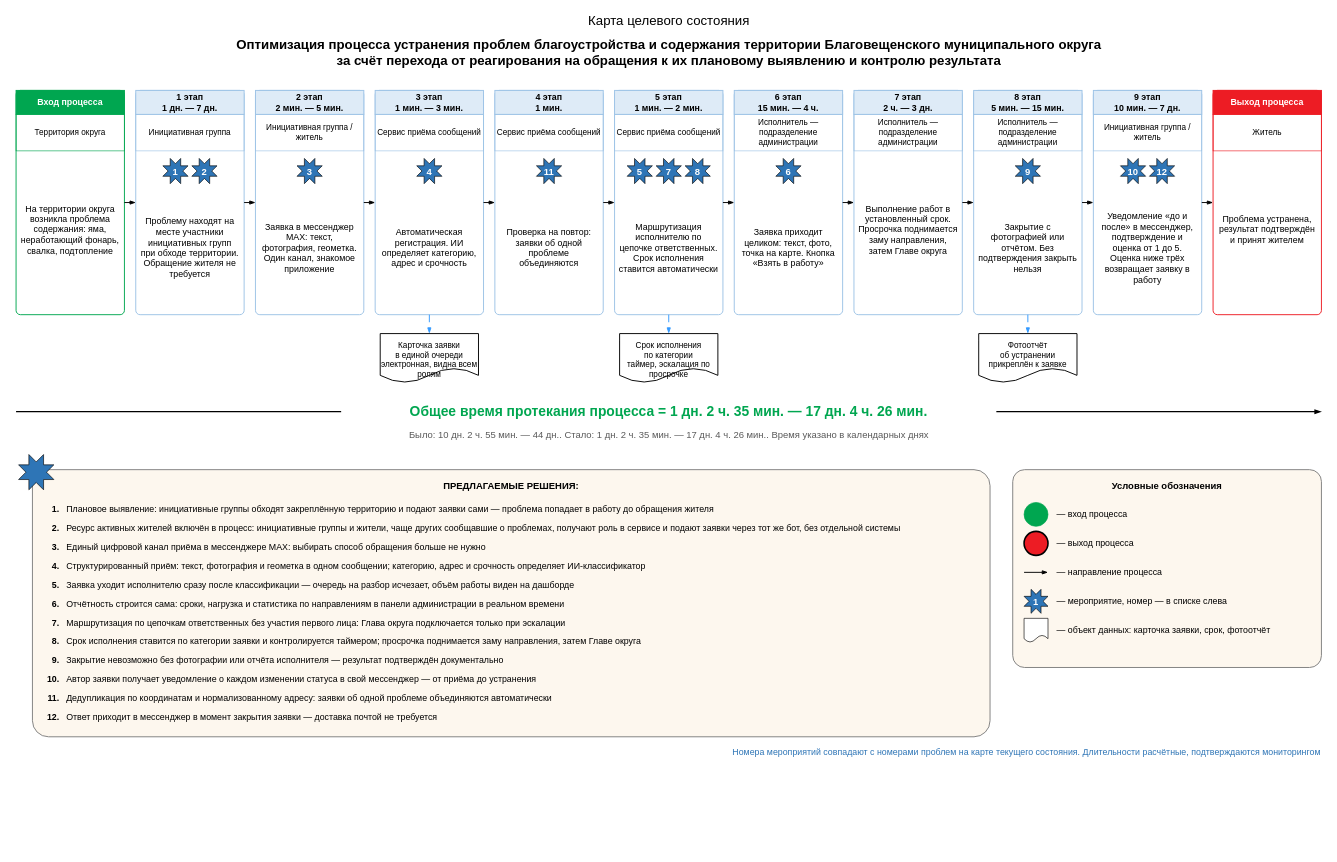
The draw.io diagram файлы/karta-celevogo.drawio in NiceGenn/Team-28-progress, before the edit. Source tidied: cells renumbered, new cells numbered last; positions are measured from the earlier drawing's top-left corner, leaving out a move shared by most shapes. Both pictures are drawn from the tidied source at 63%, with x=0, y=0 at pixel (16, 11).
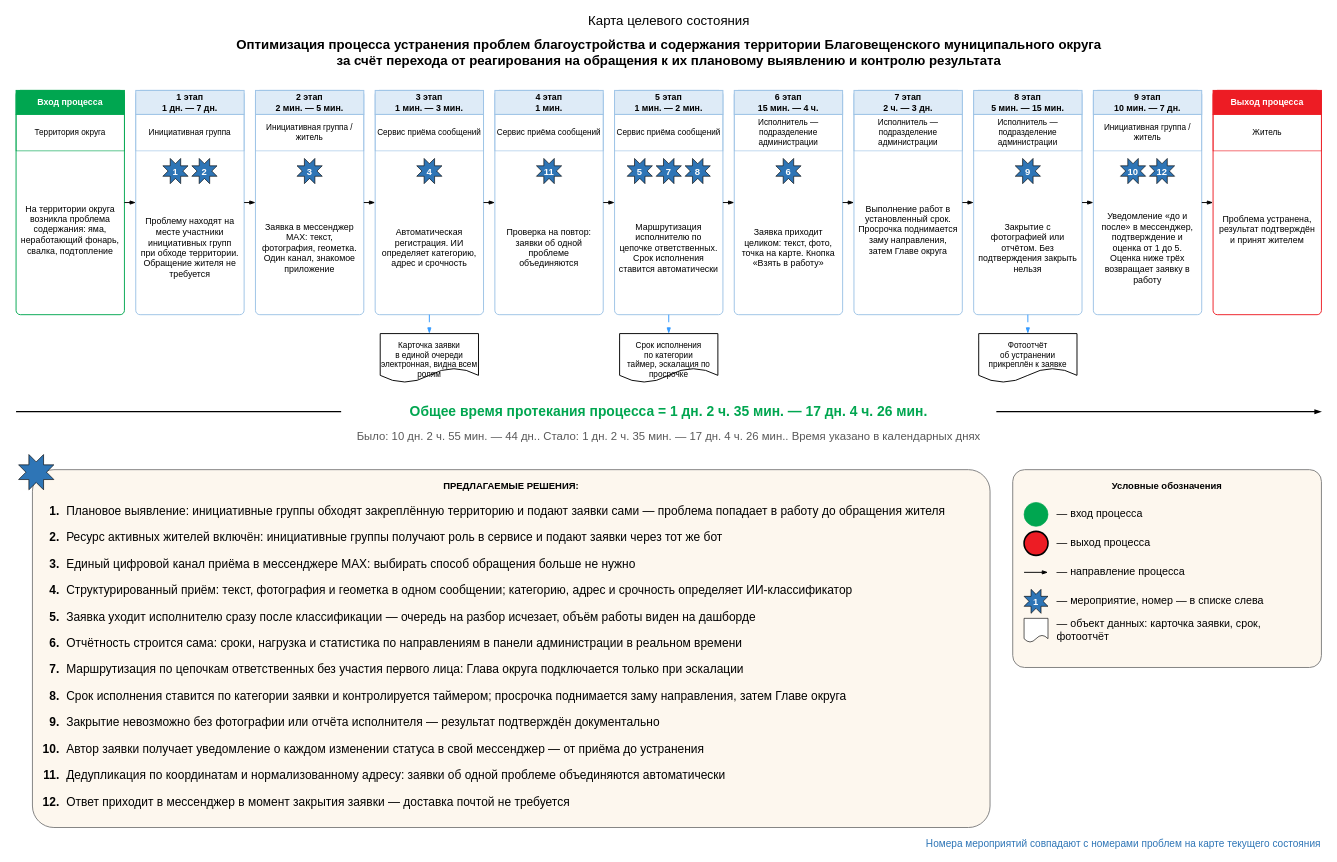
After the change.

The change refers to these unchanged cells:
```xml
<mxCell id="105" value="Условные обозначения" style="rounded=1;arcSize=6;whiteSpace=wrap;html=1;fillColor=#FDF7EE;strokeColor=#7F7F7F;strokeWidth=1.5;verticalAlign=top;align=center;fontSize=15;fontStyle=1;spacing=12;" parent="1" vertex="1">
  <mxGeometry x="1582" y="728" width="490" height="314" as="geometry" />
</mxCell>
```

Change to the diagram source:
```diff
@@
-    <mxCell id="78" value="Было: 10 дн. 2 ч. 55 мин. — 44 дн..   Стало: 1 дн. 2 ч. 35 мин. — 17 дн. 4 ч. 26 мин..   Время указано в календарных днях" style="text;html=1;align=center;verticalAlign=middle;fontSize=15;fontColor=#595959;" parent="1" vertex="1">
-      <mxGeometry x="476" y="660" width="1120" height="26" as="geometry" />
+    <mxCell id="78" value="Было: 10 дн. 2 ч. 55 мин. — 44 дн..   Стало: 1 дн. 2 ч. 35 мин. — 17 дн. 4 ч. 26 мин..   Время указано в календарных днях" style="text;html=1;align=center;verticalAlign=middle;whiteSpace=wrap;fontSize=18;fontColor=#595959;" parent="1" vertex="1">
+      <mxGeometry x="436" y="660" width="1200" height="30" as="geometry" />
     </mxCell>
     <mxCell id="79" value="ПРЕДЛАГАЕМЫЕ РЕШЕНИЯ:" style="rounded=1;arcSize=6;whiteSpace=wrap;html=1;fillColor=#FDF7EE;strokeColor=#7F7F7F;strokeWidth=1.5;verticalAlign=top;align=center;fontSize=15;fontStyle=1;spacing=12;" parent="1" vertex="1">
-      <mxGeometry x="26" y="728" width="1520" height="424" as="geometry" />
+      <mxGeometry x="26" y="728" width="1520" height="568" as="geometry" />
     </mxCell>
-    <mxCell id="80" value="1." style="text;html=1;align=right;verticalAlign=middle;fontSize=14;fontStyle=1;" parent="79" vertex="1">
-      <mxGeometry x="14" y="48" width="30" height="30" as="geometry" />
+    <mxCell id="80" value="1." style="text;html=1;align=right;verticalAlign=top;fontSize=19;fontStyle=1;" parent="79" vertex="1">
+      <mxGeometry x="10" y="48" width="34" height="42" as="geometry" />
     </mxCell>
-    <mxCell id="81" value="Плановое выявление: инициативные группы обходят закреплённую территорию и подают заявки сами — проблема попадает в работу до обращения жителя" style="text;html=1;align=left;verticalAlign=middle;fontSize=14;" parent="79" vertex="1">
-      <mxGeometry x="52" y="48" width="1450" height="30" as="geometry" />
+    <mxCell id="81" value="Плановое выявление: инициативные группы обходят закреплённую территорию и подают заявки сами — проблема попадает в работу до обращения жителя" style="text;html=1;align=left;verticalAlign=top;whiteSpace=wrap;fontSize=19;" parent="79" vertex="1">
+      <mxGeometry x="52" y="48" width="1450" height="42" as="geometry" />
     </mxCell>
-    <mxCell id="82" value="2." style="text;html=1;align=right;verticalAlign=middle;fontSize=14;fontStyle=1;" parent="79" vertex="1">
-      <mxGeometry x="14" y="78" width="30" height="30" as="geometry" />
+    <mxCell id="82" value="2." style="text;html=1;align=right;verticalAlign=top;fontSize=19;fontStyle=1;" parent="79" vertex="1">
+      <mxGeometry x="10" y="90" width="34" height="42" as="geometry" />
     </mxCell>
-    <mxCell id="83" value="Ресурс активных жителей включён в процесс: инициативные группы и жители, чаще других сообщавшие о проблемах, получают роль в сервисе и подают заявки через тот же бот, без отдельной системы" style="text;html=1;align=left;verticalAlign=middle;fontSize=14;" parent="79" vertex="1">
-      <mxGeometry x="52" y="78" width="1450" height="30" as="geometry" />
+    <mxCell id="83" value="Ресурс активных жителей включён: инициативные группы получают роль в сервисе и подают заявки через тот же бот" style="text;html=1;align=left;verticalAlign=top;whiteSpace=wrap;fontSize=19;" parent="79" vertex="1">
+      <mxGeometry x="52" y="90" width="1450" height="42" as="geometry" />
     </mxCell>
-    <mxCell id="84" value="3." style="text;html=1;align=right;verticalAlign=middle;fontSize=14;fontStyle=1;" parent="79" vertex="1">
-      <mxGeometry x="14" y="108" width="30" height="30" as="geometry" />
+    <mxCell id="84" value="3." style="text;html=1;align=right;verticalAlign=top;fontSize=19;fontStyle=1;" parent="79" vertex="1">
+      <mxGeometry x="10" y="132" width="34" height="42" as="geometry" />
     </mxCell>
-    <mxCell id="85" value="Единый цифровой канал приёма в мессенджере MAX: выбирать способ обращения больше не нужно" style="text;html=1;align=left;verticalAlign=middle;fontSize=14;" parent="79" vertex="1">
-      <mxGeometry x="52" y="108" width="1450" height="30" as="geometry" />
+    <mxCell id="85" value="Единый цифровой канал приёма в мессенджере MAX: выбирать способ обращения больше не нужно" style="text;html=1;align=left;verticalAlign=top;whiteSpace=wrap;fontSize=19;" parent="79" vertex="1">
+      <mxGeometry x="52" y="132" width="1450" height="42" as="geometry" />
     </mxCell>
-    <mxCell id="86" value="4." style="text;html=1;align=right;verticalAlign=middle;fontSize=14;fontStyle=1;" parent="79" vertex="1">
-      <mxGeometry x="14" y="138" width="30" height="30" as="geometry" />
+    <mxCell id="86" value="4." style="text;html=1;align=right;verticalAlign=top;fontSize=19;fontStyle=1;" parent="79" vertex="1">
+      <mxGeometry x="10" y="174" width="34" height="42" as="geometry" />
     </mxCell>
-    <mxCell id="87" value="Структурированный приём: текст, фотография и геометка в одном сообщении; категорию, адрес и срочность определяет ИИ-классификатор" style="text;html=1;align=left;verticalAlign=middle;fontSize=14;" parent="79" vertex="1">
-      <mxGeometry x="52" y="138" width="1450" height="30" as="geometry" />
+    <mxCell id="87" value="Структурированный приём: текст, фотография и геометка в одном сообщении; категорию, адрес и срочность определяет ИИ-классификатор" style="text;html=1;align=left;verticalAlign=top;whiteSpace=wrap;fontSize=19;" parent="79" vertex="1">
+      <mxGeometry x="52" y="174" width="1450" height="42" as="geometry" />
     </mxCell>
-    <mxCell id="88" value="5." style="text;html=1;align=right;verticalAlign=middle;fontSize=14;fontStyle=1;" parent="79" vertex="1">
-      <mxGeometry x="14" y="168" width="30" height="30" as="geometry" />
+    <mxCell id="88" value="5." style="text;html=1;align=right;verticalAlign=top;fontSize=19;fontStyle=1;" parent="79" vertex="1">
+      <mxGeometry x="10" y="216" width="34" height="42" as="geometry" />
     </mxCell>
-    <mxCell id="89" value="Заявка уходит исполнителю сразу после классификации — очередь на разбор исчезает, объём работы виден на дашборде" style="text;html=1;align=left;verticalAlign=middle;fontSize=14;" parent="79" vertex="1">
-      <mxGeometry x="52" y="168" width="1450" height="30" as="geometry" />
+    <mxCell id="89" value="Заявка уходит исполнителю сразу после классификации — очередь на разбор исчезает, объём работы виден на дашборде" style="text;html=1;align=left;verticalAlign=top;whiteSpace=wrap;fontSize=19;" parent="79" vertex="1">
+      <mxGeometry x="52" y="216" width="1450" height="42" as="geometry" />
     </mxCell>
-    <mxCell id="90" value="6." style="text;html=1;align=right;verticalAlign=middle;fontSize=14;fontStyle=1;" parent="79" vertex="1">
-      <mxGeometry x="14" y="198" width="30" height="30" as="geometry" />
+    <mxCell id="90" value="6." style="text;html=1;align=right;verticalAlign=top;fontSize=19;fontStyle=1;" parent="79" vertex="1">
+      <mxGeometry x="10" y="258" width="34" height="42" as="geometry" />
     </mxCell>
-    <mxCell id="91" value="Отчётность строится сама: сроки, нагрузка и статистика по направлениям в панели администрации в реальном времени" style="text;html=1;align=left;verticalAlign=middle;fontSize=14;" parent="79" vertex="1">
-      <mxGeometry x="52" y="198" width="1450" height="30" as="geometry" />
+    <mxCell id="91" value="Отчётность строится сама: сроки, нагрузка и статистика по направлениям в панели администрации в реальном времени" style="text;html=1;align=left;verticalAlign=top;whiteSpace=wrap;fontSize=19;" parent="79" vertex="1">
+      <mxGeometry x="52" y="258" width="1450" height="42" as="geometry" />
     </mxCell>
-    <mxCell id="92" value="7." style="text;html=1;align=right;verticalAlign=middle;fontSize=14;fontStyle=1;" parent="79" vertex="1">
-      <mxGeometry x="14" y="228" width="30" height="30" as="geometry" />
+    <mxCell id="92" value="7." style="text;html=1;align=right;verticalAlign=top;fontSize=19;fontStyle=1;" parent="79" vertex="1">
+      <mxGeometry x="10" y="300" width="34" height="42" as="geometry" />
     </mxCell>
-    <mxCell id="93" value="Маршрутизация по цепочкам ответственных без участия первого лица: Глава округа подключается только при эскалации" style="text;html=1;align=left;verticalAlign=middle;fontSize=14;" parent="79" vertex="1">
-      <mxGeometry x="52" y="228" width="1450" height="30" as="geometry" />
+    <mxCell id="93" value="Маршрутизация по цепочкам ответственных без участия первого лица: Глава округа подключается только при эскалации" style="text;html=1;align=left;verticalAlign=top;whiteSpace=wrap;fontSize=19;" parent="79" vertex="1">
+      <mxGeometry x="52" y="300" width="1450" height="42" as="geometry" />
     </mxCell>
-    <mxCell id="94" value="8." style="text;html=1;align=right;verticalAlign=middle;fontSize=14;fontStyle=1;" parent="79" vertex="1">
-      <mxGeometry x="14" y="258" width="30" height="30" as="geometry" />
+    <mxCell id="94" value="8." style="text;html=1;align=right;verticalAlign=top;fontSize=19;fontStyle=1;" parent="79" vertex="1">
+      <mxGeometry x="10" y="342" width="34" height="42" as="geometry" />
     </mxCell>
-    <mxCell id="95" value="Срок исполнения ставится по категории заявки и контролируется таймером; просрочка поднимается заму направления, затем Главе округа" style="text;html=1;align=left;verticalAlign=middle;fontSize=14;" parent="79" vertex="1">
-      <mxGeometry x="52" y="258" width="1450" height="30" as="geometry" />
+    <mxCell id="95" value="Срок исполнения ставится по категории заявки и контролируется таймером; просрочка поднимается заму направления, затем Главе округа" style="text;html=1;align=left;verticalAlign=top;whiteSpace=wrap;fontSize=19;" parent="79" vertex="1">
+      <mxGeometry x="52" y="342" width="1450" height="42" as="geometry" />
     </mxCell>
-    <mxCell id="96" value="9." style="text;html=1;align=right;verticalAlign=middle;fontSize=14;fontStyle=1;" parent="79" vertex="1">
-      <mxGeometry x="14" y="288" width="30" height="30" as="geometry" />
+    <mxCell id="96" value="9." style="text;html=1;align=right;verticalAlign=top;fontSize=19;fontStyle=1;" parent="79" vertex="1">
+      <mxGeometry x="10" y="384" width="34" height="42" as="geometry" />
     </mxCell>
-    <mxCell id="97" value="Закрытие невозможно без фотографии или отчёта исполнителя — результат подтверждён документально" style="text;html=1;align=left;verticalAlign=middle;fontSize=14;" parent="79" vertex="1">
-      <mxGeometry x="52" y="288" width="1450" height="30" as="geometry" />
+    <mxCell id="97" value="Закрытие невозможно без фотографии или отчёта исполнителя — результат подтверждён документально" style="text;html=1;align=left;verticalAlign=top;whiteSpace=wrap;fontSize=19;" parent="79" vertex="1">
+      <mxGeometry x="52" y="384" width="1450" height="42" as="geometry" />
     </mxCell>
-    <mxCell id="98" value="10." style="text;html=1;align=right;verticalAlign=middle;fontSize=14;fontStyle=1;" parent="79" vertex="1">
-      <mxGeometry x="14" y="318" width="30" height="30" as="geometry" />
+    <mxCell id="98" value="10." style="text;html=1;align=right;verticalAlign=top;fontSize=19;fontStyle=1;" parent="79" vertex="1">
+      <mxGeometry x="10" y="426" width="34" height="42" as="geometry" />
     </mxCell>
-    <mxCell id="99" value="Автор заявки получает уведомление о каждом изменении статуса в свой мессенджер — от приёма до устранения" style="text;html=1;align=left;verticalAlign=middle;fontSize=14;" parent="79" vertex="1">
-      <mxGeometry x="52" y="318" width="1450" height="30" as="geometry" />
+    <mxCell id="99" value="Автор заявки получает уведомление о каждом изменении статуса в свой мессенджер — от приёма до устранения" style="text;html=1;align=left;verticalAlign=top;whiteSpace=wrap;fontSize=19;" parent="79" vertex="1">
+      <mxGeometry x="52" y="426" width="1450" height="42" as="geometry" />
     </mxCell>
-    <mxCell id="100" value="11." style="text;html=1;align=right;verticalAlign=middle;fontSize=14;fontStyle=1;" parent="79" vertex="1">
-      <mxGeometry x="14" y="348" width="30" height="30" as="geometry" />
+    <mxCell id="100" value="11." style="text;html=1;align=right;verticalAlign=top;fontSize=19;fontStyle=1;" parent="79" vertex="1">
+      <mxGeometry x="10" y="468" width="34" height="42" as="geometry" />
     </mxCell>
-    <mxCell id="101" value="Дедупликация по координатам и нормализованному адресу: заявки об одной проблеме объединяются автоматически" style="text;html=1;align=left;verticalAlign=middle;fontSize=14;" parent="79" vertex="1">
-      <mxGeometry x="52" y="348" width="1450" height="30" as="geometry" />
+    <mxCell id="101" value="Дедупликация по координатам и нормализованному адресу: заявки об одной проблеме объединяются автоматически" style="text;html=1;align=left;verticalAlign=top;whiteSpace=wrap;fontSize=19;" parent="79" vertex="1">
+      <mxGeometry x="52" y="468" width="1450" height="42" as="geometry" />
     </mxCell>
-    <mxCell id="102" value="12." style="text;html=1;align=right;verticalAlign=middle;fontSize=14;fontStyle=1;" parent="79" vertex="1">
-      <mxGeometry x="14" y="378" width="30" height="30" as="geometry" />
+    <mxCell id="102" value="12." style="text;html=1;align=right;verticalAlign=top;fontSize=19;fontStyle=1;" parent="79" vertex="1">
+      <mxGeometry x="10" y="510" width="34" height="42" as="geometry" />
     </mxCell>
-    <mxCell id="103" value="Ответ приходит в мессенджер в момент закрытия заявки — доставка почтой не требуется" style="text;html=1;align=left;verticalAlign=middle;fontSize=14;" parent="79" vertex="1">
-      <mxGeometry x="52" y="378" width="1450" height="30" as="geometry" />
+    <mxCell id="103" value="Ответ приходит в мессенджер в момент закрытия заявки — доставка почтой не требуется" style="text;html=1;align=left;verticalAlign=top;whiteSpace=wrap;fontSize=19;" parent="79" vertex="1">
+      <mxGeometry x="52" y="510" width="1450" height="42" as="geometry" />
     </mxCell>
@@
-    <mxCell id="107" value="— вход процесса" style="text;html=1;align=left;verticalAlign=middle;fontSize=14;" parent="105" vertex="1">
+    <mxCell id="107" value="— вход процесса" style="text;html=1;align=left;verticalAlign=middle;whiteSpace=wrap;fontSize=17;" parent="105" vertex="1">
       <mxGeometry x="68" y="48" width="404" height="46" as="geometry" />
     </mxCell>
@@
-    <mxCell id="109" value="— выход процесса" style="text;html=1;align=left;verticalAlign=middle;fontSize=14;" parent="105" vertex="1">
+    <mxCell id="109" value="— выход процесса" style="text;html=1;align=left;verticalAlign=middle;whiteSpace=wrap;fontSize=17;" parent="105" vertex="1">
       <mxGeometry x="68" y="94" width="404" height="46" as="geometry" />
     </mxCell>
@@
-    <mxCell id="111" value="— направление процесса" style="text;html=1;align=left;verticalAlign=middle;fontSize=14;" parent="105" vertex="1">
+    <mxCell id="111" value="— направление процесса" style="text;html=1;align=left;verticalAlign=middle;whiteSpace=wrap;fontSize=17;" parent="105" vertex="1">
       <mxGeometry x="68" y="140" width="404" height="46" as="geometry" />
     </mxCell>
@@
-    <mxCell id="113" value="— мероприятие, номер — в списке слева" style="text;html=1;align=left;verticalAlign=middle;fontSize=14;" parent="105" vertex="1">
+    <mxCell id="113" value="— мероприятие, номер — в списке слева" style="text;html=1;align=left;verticalAlign=middle;whiteSpace=wrap;fontSize=17;" parent="105" vertex="1">
       <mxGeometry x="68" y="186" width="404" height="46" as="geometry" />
     </mxCell>
@@
-    <mxCell id="115" value="— объект данных: карточка заявки, срок, фотоотчёт" style="text;html=1;align=left;verticalAlign=middle;fontSize=14;" parent="105" vertex="1">
+    <mxCell id="115" value="— объект данных: карточка заявки, срок, фотоотчёт" style="text;html=1;align=left;verticalAlign=middle;whiteSpace=wrap;fontSize=17;" parent="105" vertex="1">
       <mxGeometry x="68" y="232" width="404" height="46" as="geometry" />
     </mxCell>
-    <mxCell id="116" value="Номера мероприятий совпадают с номерами проблем на карте текущего состояния. Длительности расчётные, подтверждаются мониторингом" style="text;html=1;align=right;verticalAlign=middle;fontSize=14;fontColor=#2E75B6;" parent="1" vertex="1">
-      <mxGeometry x="972" y="1164" width="1100" height="26" as="geometry" />
+    <mxCell id="116" value="Номера мероприятий совпадают с номерами проблем на карте текущего состояния" style="text;html=1;align=right;verticalAlign=middle;fontSize=16;fontColor=#2E75B6;" parent="1" vertex="1">
+      <mxGeometry x="972" y="1308" width="1100" height="26" as="geometry" />
     </mxCell>
```
